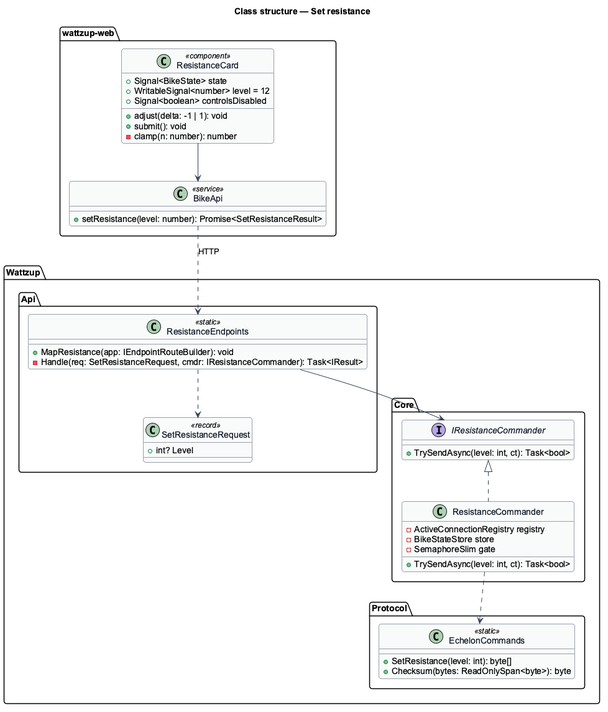
This is docs/detailed-designs/resistance-control/set-resistance/diagrams/class-structure.png from QuinntyneBrown/ride-one, a PlantUML export, as it was before one commit. The source it was exported from:
```plantuml
@startuml
skinparam backgroundColor #FFFFFF
skinparam shadowing false
skinparam roundcorner 8
skinparam defaultFontName Arial
skinparam ArrowColor #344054
skinparam class {
  BorderColor #344054
  FontColor #101828
  BackgroundColor #F9FAFB
}
title Class structure — Set resistance

package "wattzup-web" {
  class ResistanceCard <<component>> {
    +Signal<BikeState> state
    +WritableSignal<number> level = 12
    +Signal<boolean> controlsDisabled
    +adjust(delta: -1 | 1): void
    +submit(): void
    -clamp(n: number): number
  }
  class BikeApi <<service>> {
    +setResistance(level: number): Promise<SetResistanceResult>
  }
}

package "Wattzup.Api" {
  class ResistanceEndpoints <<static>> {
    +MapResistance(app: IEndpointRouteBuilder): void
    -Handle(req: SetResistanceRequest, cmdr: IResistanceCommander): Task<IResult>
  }
  class SetResistanceRequest <<record>> {
    +int? Level
  }
}

package "Wattzup.Core" {
  interface IResistanceCommander {
    +TrySendAsync(level: int, ct): Task<bool>
  }
  class ResistanceCommander {
    -ActiveConnectionRegistry registry
    -BikeStateStore store
    -SemaphoreSlim gate
    +TrySendAsync(level: int, ct): Task<bool>
  }
}

package "Wattzup.Protocol" {
  class EchelonCommands <<static>> {
    +SetResistance(level: int): byte[]
    +Checksum(bytes: ReadOnlySpan<byte>): byte
  }
}

ResistanceCard --> BikeApi
BikeApi ..> ResistanceEndpoints : HTTP
ResistanceEndpoints ..> SetResistanceRequest
ResistanceEndpoints --> IResistanceCommander
IResistanceCommander <|.. ResistanceCommander
ResistanceCommander ..> EchelonCommands
@enduml
```
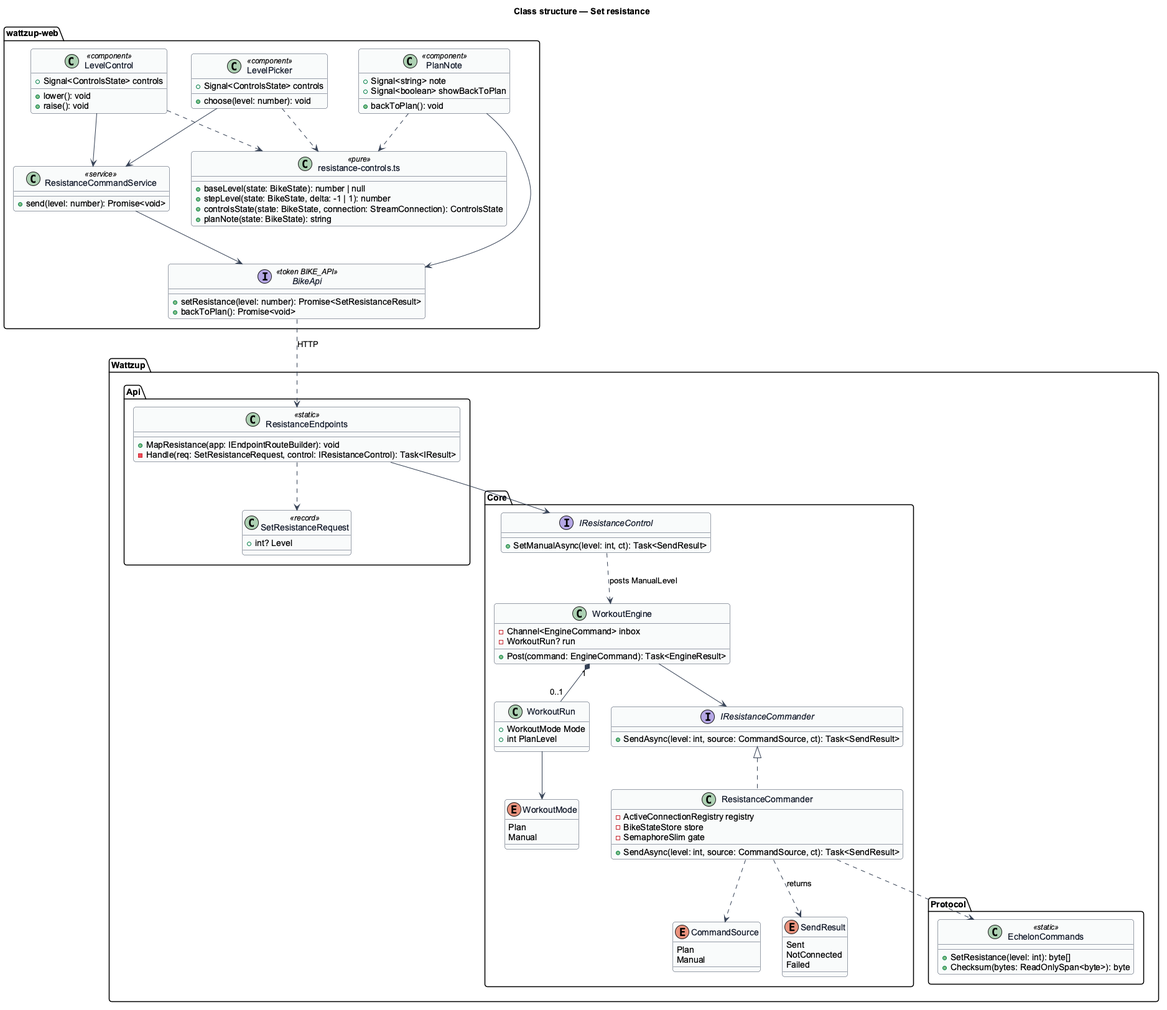
The same file after the commit.

What changed in the source:
```diff
@@ -12,23 +12,39 @@
 title Class structure — Set resistance
 
 package "wattzup-web" {
-  class ResistanceCard <<component>> {
-    +Signal<BikeState> state
-    +WritableSignal<number> level = 12
-    +Signal<boolean> controlsDisabled
-    +adjust(delta: -1 | 1): void
-    +submit(): void
-    -clamp(n: number): number
+  class LevelControl <<component>> {
+    +Signal<ControlsState> controls
+    +lower(): void
+    +raise(): void
   }
-  class BikeApi <<service>> {
+  class LevelPicker <<component>> {
+    +Signal<ControlsState> controls
+    +choose(level: number): void
+  }
+  class PlanNote <<component>> {
+    +Signal<string> note
+    +Signal<boolean> showBackToPlan
+    +backToPlan(): void
+  }
+  class "resistance-controls.ts" as helpers <<pure>> {
+    +baseLevel(state: BikeState): number | null
+    +stepLevel(state: BikeState, delta: -1 | 1): number
+    +controlsState(state: BikeState, connection: StreamConnection): ControlsState
+    +planNote(state: BikeState): string
+  }
+  class ResistanceCommandService <<service>> {
+    +send(level: number): Promise<void>
+  }
+  interface BikeApi <<token BIKE_API>> {
     +setResistance(level: number): Promise<SetResistanceResult>
+    +backToPlan(): Promise<void>
   }
 }
 
 package "Wattzup.Api" {
   class ResistanceEndpoints <<static>> {
     +MapResistance(app: IEndpointRouteBuilder): void
-    -Handle(req: SetResistanceRequest, cmdr: IResistanceCommander): Task<IResult>
+    -Handle(req: SetResistanceRequest, control: IResistanceControl): Task<IResult>
   }
   class SetResistanceRequest <<record>> {
     +int? Level
@@ -36,14 +52,39 @@
 }
 
 package "Wattzup.Core" {
+  interface IResistanceControl {
+    +SetManualAsync(level: int, ct): Task<SendResult>
+  }
+  class WorkoutEngine {
+    -Channel<EngineCommand> inbox
+    -WorkoutRun? run
+    +Post(command: EngineCommand): Task<EngineResult>
+  }
+  class WorkoutRun {
+    +WorkoutMode Mode
+    +int PlanLevel
+  }
+  enum WorkoutMode {
+    Plan
+    Manual
+  }
   interface IResistanceCommander {
-    +TrySendAsync(level: int, ct): Task<bool>
+    +SendAsync(level: int, source: CommandSource, ct): Task<SendResult>
   }
   class ResistanceCommander {
     -ActiveConnectionRegistry registry
     -BikeStateStore store
     -SemaphoreSlim gate
-    +TrySendAsync(level: int, ct): Task<bool>
+    +SendAsync(level: int, source: CommandSource, ct): Task<SendResult>
+  }
+  enum CommandSource {
+    Plan
+    Manual
+  }
+  enum SendResult {
+    Sent
+    NotConnected
+    Failed
   }
 }
 
@@ -54,10 +95,22 @@
   }
 }
 
-ResistanceCard --> BikeApi
+LevelControl ..> helpers
+LevelPicker ..> helpers
+PlanNote ..> helpers
+LevelControl --> ResistanceCommandService
+LevelPicker --> ResistanceCommandService
+PlanNote --> BikeApi
+ResistanceCommandService --> BikeApi
 BikeApi ..> ResistanceEndpoints : HTTP
 ResistanceEndpoints ..> SetResistanceRequest
-ResistanceEndpoints --> IResistanceCommander
+ResistanceEndpoints --> IResistanceControl
+IResistanceControl ..> WorkoutEngine : posts ManualLevel
+WorkoutEngine "1" *-- "0..1" WorkoutRun
+WorkoutRun --> WorkoutMode
+WorkoutEngine --> IResistanceCommander
 IResistanceCommander <|.. ResistanceCommander
 ResistanceCommander ..> EchelonCommands
+ResistanceCommander ..> CommandSource
+ResistanceCommander ..> SendResult : returns
 @enduml
```
